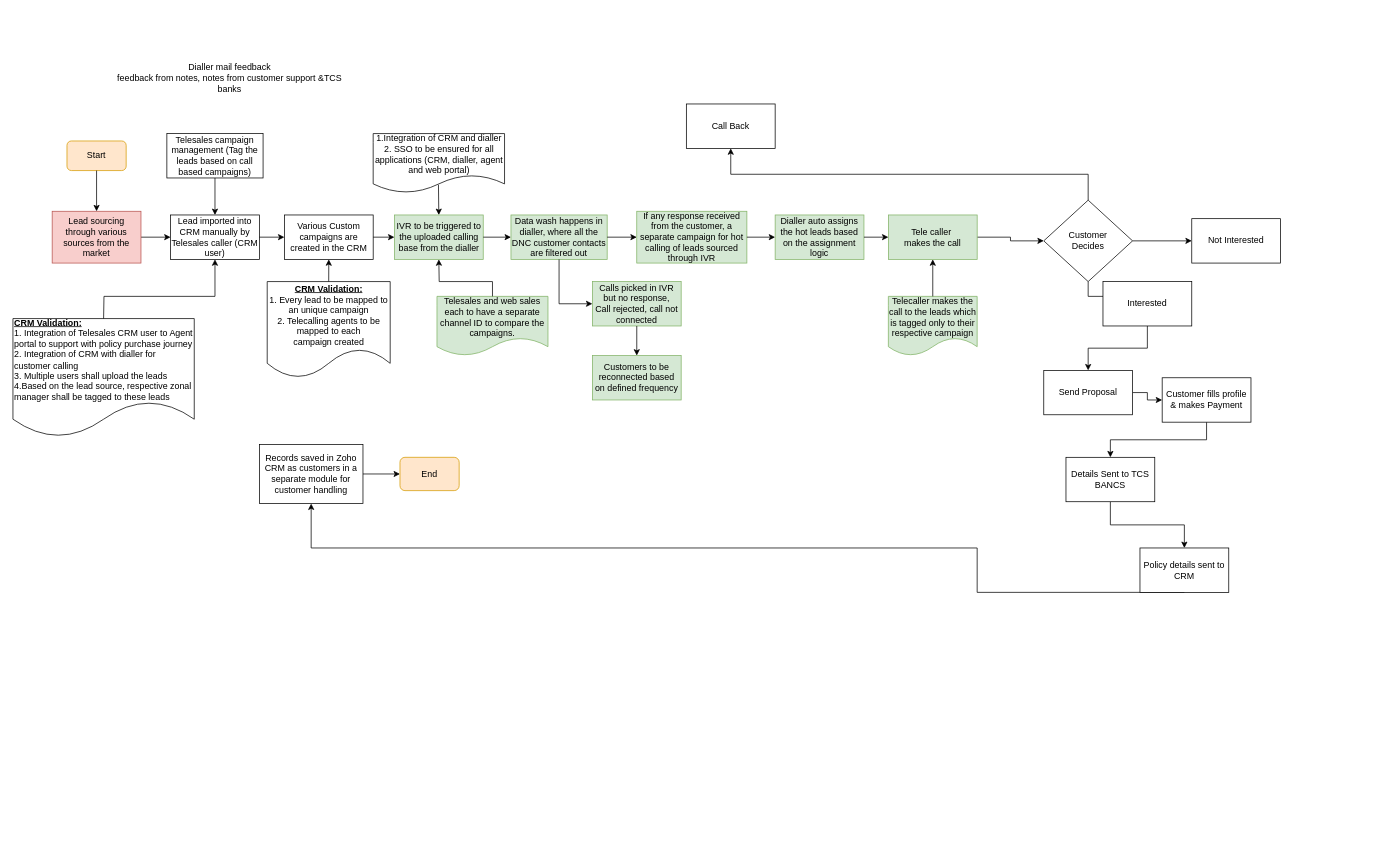
shaileshsreedar/Galaxy keeps this draw.io diagram as TeleSales.drawio. Above is the earlier version. Source tidied: cells renumbered, new cells numbered last; positions are measured from the earlier drawing's top-left corner, leaving out a move shared by most shapes. Both pictures are drawn from the tidied source at 74%, with x=0, y=0 at pixel (13, 67).
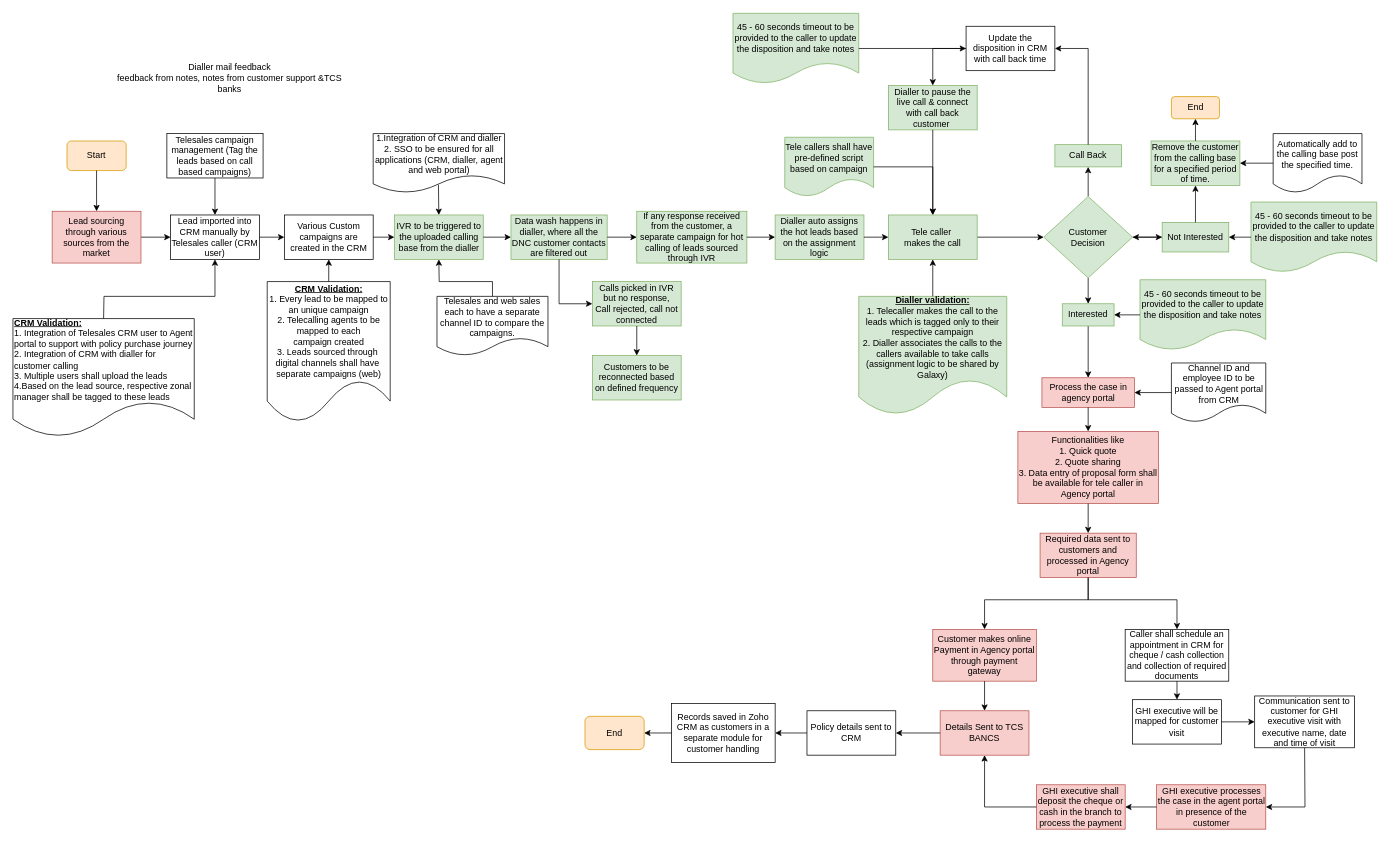
The same page after the edit.

Unchanged cells that the change refers to:
```xml
<mxCell id="7" value="Tele caller&amp;nbsp;&lt;div&gt;makes the call&lt;/div&gt;" style="rounded=0;whiteSpace=wrap;html=1;fillColor=#d5e8d4;strokeColor=#82b366;" parent="1" vertex="1">
  <mxGeometry x="1183" y="200" width="120" height="60" as="geometry" />
</mxCell>
```

Diff of the diagram source:
```diff
@@
-    <mxCell id="8" value="Call Back" style="whiteSpace=wrap;html=1;" parent="1" vertex="1">
-      <mxGeometry x="910" y="50" width="120" height="60" as="geometry" />
+    <mxCell id="8" value="Call Back" style="whiteSpace=wrap;html=1;fillColor=#d5e8d4;strokeColor=#82b366;" parent="1" vertex="1">
+      <mxGeometry x="1408" y="105" width="90" height="30" as="geometry" />
     </mxCell>
@@
-    <mxCell id="12" value="Customer&lt;div&gt;Decides&lt;/div&gt;" style="rhombus;whiteSpace=wrap;html=1;" parent="1" vertex="1">
-      <mxGeometry x="1393" y="180" width="120" height="110" as="geometry" />
+    <mxCell id="12" value="Customer&lt;div&gt;Decision&lt;/div&gt;" style="rhombus;whiteSpace=wrap;html=1;fillColor=#d5e8d4;strokeColor=#82b366;" parent="1" vertex="1">
+      <mxGeometry x="1393" y="175" width="120" height="110" as="geometry" />
     </mxCell>
+    <mxCell id="56" style="edgeStyle=orthogonalEdgeStyle;rounded=0;jettySize=auto;html=1;" parent="1" edge="1" source="13" target="12">
+      <mxGeometry relative="1" as="geometry" />
+    </mxCell>
-    <mxCell id="13" value="Not Interested" style="whiteSpace=wrap;html=1;" parent="1" vertex="1">
-      <mxGeometry x="1593" y="205" width="120" height="60" as="geometry" />
+    <mxCell id="13" value="Not Interested" style="whiteSpace=wrap;html=1;fillColor=#d5e8d4;strokeColor=#82b366;" parent="1" vertex="1">
+      <mxGeometry x="1553" y="210" width="90" height="40" as="geometry" />
     </mxCell>
@@
-    <mxCell id="15" value="Interested" style="whiteSpace=wrap;html=1;" parent="1" vertex="1">
-      <mxGeometry x="1473" y="290" width="120" height="60" as="geometry" />
+    <mxCell id="15" value="Interested" style="whiteSpace=wrap;html=1;fillColor=#d5e8d4;strokeColor=#82b366;" parent="1" vertex="1">
+      <mxGeometry x="1418" y="320" width="70" height="30" as="geometry" />
     </mxCell>
-    <mxCell id="16" style="edgeStyle=orthogonalEdgeStyle;rounded=0;jettySize=auto;html=1;exitX=1;exitY=0.5;exitDx=0;exitDy=0;entryX=0;entryY=0.5;entryDx=0;entryDy=0;" parent="1" edge="1" source="17" target="19">
-      <mxGeometry relative="1" as="geometry" />
-    </mxCell>
-    <mxCell id="17" value="Send Proposal" style="whiteSpace=wrap;html=1;" parent="1" vertex="1">
-      <mxGeometry x="1393" y="410" width="120" height="60" as="geometry" />
+    <mxCell id="17" value="Process the case in agency portal" style="whiteSpace=wrap;html=1;fillColor=#f8cecc;strokeColor=#b85450;" parent="1" vertex="1">
+      <mxGeometry x="1390.5" y="420" width="125" height="40" as="geometry" />
     </mxCell>
-    <mxCell id="18" style="edgeStyle=orthogonalEdgeStyle;rounded=0;jettySize=auto;html=1;exitX=0.5;exitY=1;exitDx=0;exitDy=0;entryX=0.5;entryY=0;entryDx=0;entryDy=0;" parent="1" edge="1" source="19" target="21">
-      <mxGeometry relative="1" as="geometry" />
-    </mxCell>
-    <mxCell id="19" value="Customer fills profile &amp;amp; makes Payment" style="whiteSpace=wrap;html=1;" parent="1" vertex="1">
-      <mxGeometry x="1553" y="420" width="120" height="60" as="geometry" />
+    <mxCell id="19" value="Customer makes online Payment in Agency portal through payment gateway" style="whiteSpace=wrap;html=1;fillColor=#f8cecc;strokeColor=#b85450;" parent="1" vertex="1">
+      <mxGeometry x="1243" y="760" width="140" height="70" as="geometry" />
     </mxCell>
-    <mxCell id="20" style="edgeStyle=orthogonalEdgeStyle;rounded=0;jettySize=auto;html=1;exitX=0.5;exitY=1;exitDx=0;exitDy=0;entryX=0.5;entryY=0;entryDx=0;entryDy=0;" parent="1" edge="1" source="21" target="23">
-      <mxGeometry relative="1" as="geometry" />
-    </mxCell>
-    <mxCell id="21" value="Details Sent to TCS BANCS" style="whiteSpace=wrap;html=1;" parent="1" vertex="1">
-      <mxGeometry x="1423" y="527.5" width="120" height="60" as="geometry" />
+    <mxCell id="21" value="Details Sent to TCS BANCS" style="whiteSpace=wrap;html=1;fillColor=#f8cecc;strokeColor=#b85450;" parent="1" vertex="1">
+      <mxGeometry x="1253" y="870" width="120" height="60" as="geometry" />
     </mxCell>
-    <mxCell id="22" style="edgeStyle=orthogonalEdgeStyle;rounded=0;jettySize=auto;html=1;exitX=0.5;exitY=1;exitDx=0;exitDy=0;entryX=0.5;entryY=1;entryDx=0;entryDy=0;" parent="1" edge="1" source="23" target="24">
-      <mxGeometry relative="1" as="geometry">
-        <Array as="points">
-          <mxPoint x="1303" y="650" />
-          <mxPoint x="403" y="650" />
-        </Array>
-      </mxGeometry>
-    </mxCell>
     <mxCell id="23" value="Policy details sent to CRM" style="whiteSpace=wrap;html=1;" parent="1" vertex="1">
-      <mxGeometry x="1523" y="650" width="120" height="60" as="geometry" />
+      <mxGeometry x="1073" y="870" width="120" height="60" as="geometry" />
     </mxCell>
     <mxCell id="24" value="Records saved in Zoho CRM as customers in a separate module for customer handling" style="whiteSpace=wrap;html=1;" parent="1" vertex="1">
-      <mxGeometry x="333" y="510" width="140" height="80" as="geometry" />
+      <mxGeometry x="890" y="860" width="140" height="80" as="geometry" />
     </mxCell>
-    <mxCell id="25" style="endArrow=classic;html=1;rounded=0;exitX=1;exitY=0.5;exitDx=0;exitDy=0;entryX=0;entryY=0.5;entryDx=0;entryDy=0;" parent="1" edge="1" source="24" target="26">
+    <mxCell id="25" style="endArrow=classic;html=1;rounded=0;exitX=0;exitY=0.5;exitDx=0;exitDy=0;entryX=1;entryY=0.5;entryDx=0;entryDy=0;" parent="1" edge="1" source="24" target="26">
       <mxGeometry relative="1" as="geometry" />
     </mxCell>
     <mxCell id="26" value="End" style="rounded=1;whiteSpace=wrap;html=1;fillColor=#ffe6cc;strokeColor=#d79b00;" parent="1" vertex="1">
-      <mxGeometry x="523" y="527.5" width="80" height="45" as="geometry" />
+      <mxGeometry x="773" y="877.5" width="80" height="45" as="geometry" />
     </mxCell>
@@
-    <mxCell id="46" value="Telesales and web sales each to have a separate channel ID to compare the campaigns." style="shape=document;whiteSpace=wrap;html=1;boundedLbl=1;fillColor=#d5e8d4;strokeColor=#82b366;" parent="1" vertex="1">
+    <mxCell id="46" value="Telesales and web sales each to have a separate channel ID to compare the campaigns." style="shape=document;whiteSpace=wrap;html=1;boundedLbl=1;" parent="1" vertex="1">
       <mxGeometry x="573" y="310" width="150" height="80" as="geometry" />
     </mxCell>
@@
-    <mxCell id="52" value="&lt;b&gt;&lt;u&gt;CRM Validation:&lt;/u&gt;&lt;/b&gt;&lt;div&gt;1. Every lead to be mapped to an unique campaign&lt;/div&gt;&lt;div&gt;2. T&lt;span style=&quot;white-space: pre;&quot;&gt;elecalling agents to be&lt;/span&gt;&lt;/div&gt;&lt;div&gt;&lt;span style=&quot;white-space: pre;&quot;&gt; mapped to each&amp;nbsp;&lt;/span&gt;&lt;/div&gt;&lt;div&gt;&lt;span style=&quot;white-space: pre;&quot;&gt;campaign created&lt;/span&gt;&lt;/div&gt;" style="shape=document;whiteSpace=wrap;html=1;boundedLbl=1;" parent="1" vertex="1">
-      <mxGeometry x="343.6" y="290" width="166.2" height="130" as="geometry" />
+    <mxCell id="52" value="&lt;b&gt;&lt;u&gt;CRM Validation:&lt;/u&gt;&lt;/b&gt;&lt;div&gt;1. Every lead to be mapped to an unique campaign&lt;/div&gt;&lt;div&gt;2. T&lt;span style=&quot;white-space: pre;&quot;&gt;elecalling agents to be&lt;/span&gt;&lt;/div&gt;&lt;div&gt;&lt;span style=&quot;white-space: pre;&quot;&gt; mapped to each&amp;nbsp;&lt;/span&gt;&lt;/div&gt;&lt;div&gt;&lt;span style=&quot;white-space: pre;&quot;&gt;campaign created&lt;/span&gt;&lt;/div&gt;&lt;div&gt;&lt;span style=&quot;white-space: pre;&quot;&gt;3. Leads sourced through&amp;nbsp;&lt;/span&gt;&lt;/div&gt;&lt;div&gt;&lt;span style=&quot;white-space: pre;&quot;&gt;digital channels shall have&amp;nbsp;&lt;/span&gt;&lt;/div&gt;&lt;div&gt;&lt;span style=&quot;white-space: pre;&quot;&gt;separate campaigns (web)&lt;/span&gt;&lt;/div&gt;" style="shape=document;whiteSpace=wrap;html=1;boundedLbl=1;" parent="1" vertex="1">
+      <mxGeometry x="343.6" y="290" width="166.2" height="190" as="geometry" />
     </mxCell>
@@
-    <mxCell id="54" value="Telecaller makes the call to the leads which is tagged only to their respective campaign" style="shape=document;whiteSpace=wrap;html=1;boundedLbl=1;fillColor=#d5e8d4;strokeColor=#82b366;" parent="1" vertex="1">
-      <mxGeometry x="1183" y="310" width="120" height="80" as="geometry" />
+    <mxCell id="54" value="&lt;u&gt;&lt;b&gt;Dialler validation:&lt;/b&gt;&lt;/u&gt;&lt;div&gt;1. Telecaller makes the call to the leads which is tagged only to their respective campaign&lt;/div&gt;&lt;div&gt;2. Dialler associates the calls to the callers available to take calls (assignment logic to be shared by Galaxy)&lt;/div&gt;" style="shape=document;whiteSpace=wrap;html=1;boundedLbl=1;fillColor=#d5e8d4;strokeColor=#82b366;" parent="1" vertex="1">
+      <mxGeometry x="1143" y="310" width="200" height="160" as="geometry" />
     </mxCell>
@@
+    <mxCell id="57" value="Update the disposition in CRM with call back time" style="rounded=0;whiteSpace=wrap;html=1;" parent="1" vertex="1">
+      <mxGeometry x="1288" y="-55" width="120" height="60" as="geometry" />
+    </mxCell>
+    <mxCell id="58" value="Dialler to pause the live call &amp;amp; connect with call back customer&amp;nbsp;" style="rounded=0;whiteSpace=wrap;html=1;fillColor=#d5e8d4;strokeColor=#82b366;" parent="1" vertex="1">
+      <mxGeometry x="1183" y="25" width="120" height="60" as="geometry" />
+    </mxCell>
+    <mxCell id="59" style="endArrow=classic;html=1;rounded=0;exitX=0.5;exitY=1;exitDx=0;exitDy=0;entryX=0.5;entryY=0;entryDx=0;entryDy=0;" parent="1" edge="1" source="58" target="7">
+      <mxGeometry relative="1" as="geometry" />
+    </mxCell>
+    <mxCell id="60" style="endArrow=classic;html=1;rounded=0;exitX=0.5;exitY=0;exitDx=0;exitDy=0;entryX=1;entryY=0.5;entryDx=0;entryDy=0;" parent="1" edge="1" source="8" target="57">
+      <mxGeometry relative="1" as="geometry">
+        <Array as="points">
+          <mxPoint x="1453" y="-25" />
+        </Array>
+      </mxGeometry>
+    </mxCell>
+    <mxCell id="61" style="endArrow=classic;html=1;rounded=0;exitX=0;exitY=0.5;exitDx=0;exitDy=0;entryX=0.5;entryY=0;entryDx=0;entryDy=0;" parent="1" edge="1" source="57" target="58">
+      <mxGeometry relative="1" as="geometry">
+        <Array as="points">
+          <mxPoint x="1243" y="-25" />
+        </Array>
+      </mxGeometry>
+    </mxCell>
+    <mxCell id="62" value="Remove the customer from the calling base for a specified period of time." style="rounded=0;whiteSpace=wrap;html=1;fillColor=#d5e8d4;strokeColor=#82b366;" parent="1" vertex="1">
+      <mxGeometry x="1538" y="100" width="120" height="60" as="geometry" />
+    </mxCell>
+    <mxCell id="63" value="End" style="rounded=1;whiteSpace=wrap;html=1;fillColor=#ffe6cc;strokeColor=#d79b00;" parent="1" vertex="1">
+      <mxGeometry x="1565.5" y="40" width="65" height="30" as="geometry" />
+    </mxCell>
+    <mxCell id="64" value="Automatically add to the calling base post the specified time." style="shape=document;whiteSpace=wrap;html=1;boundedLbl=1;" parent="1" vertex="1">
+      <mxGeometry x="1703" y="90" width="120" height="80" as="geometry" />
+    </mxCell>
+    <mxCell id="65" style="endArrow=classic;html=1;rounded=0;exitX=0;exitY=0.5;exitDx=0;exitDy=0;entryX=1;entryY=0.5;entryDx=0;entryDy=0;" parent="1" edge="1" source="64" target="62">
+      <mxGeometry relative="1" as="geometry" />
+    </mxCell>
+    <mxCell id="66" style="endArrow=classic;html=1;rounded=0;exitX=0.5;exitY=0;exitDx=0;exitDy=0;entryX=0.5;entryY=1;entryDx=0;entryDy=0;" parent="1" edge="1" source="13" target="62">
+      <mxGeometry relative="1" as="geometry" />
+    </mxCell>
+    <mxCell id="67" style="endArrow=classic;html=1;rounded=0;exitX=0.5;exitY=0;exitDx=0;exitDy=0;entryX=0.5;entryY=1;entryDx=0;entryDy=0;" parent="1" edge="1" source="62" target="63">
+      <mxGeometry relative="1" as="geometry" />
+    </mxCell>
+    <mxCell id="68" value="45 - 60 seconds timeout to be provided to the caller to update the disposition and take notes" style="shape=document;whiteSpace=wrap;html=1;boundedLbl=1;fillColor=#d5e8d4;strokeColor=#82b366;" parent="1" vertex="1">
+      <mxGeometry x="1673" y="182.5" width="170" height="95" as="geometry" />
+    </mxCell>
+    <mxCell id="69" style="endArrow=classic;html=1;rounded=0;exitX=0;exitY=0.5;exitDx=0;exitDy=0;entryX=1;entryY=0.5;entryDx=0;entryDy=0;" parent="1" edge="1" source="68" target="13">
+      <mxGeometry relative="1" as="geometry" />
+    </mxCell>
+    <mxCell id="70" value="45 - 60 seconds timeout to be provided to the caller to update the disposition and take notes" style="shape=document;whiteSpace=wrap;html=1;boundedLbl=1;fillColor=#d5e8d4;strokeColor=#82b366;" parent="1" vertex="1">
+      <mxGeometry x="973" y="-72.5" width="170" height="95" as="geometry" />
+    </mxCell>
+    <mxCell id="71" style="endArrow=classic;html=1;rounded=0;exitX=1;exitY=0.5;exitDx=0;exitDy=0;entryX=0;entryY=0.5;entryDx=0;entryDy=0;" parent="1" edge="1" source="70" target="57">
+      <mxGeometry relative="1" as="geometry" />
+    </mxCell>
+    <mxCell id="72" value="45 - 60 seconds timeout to be provided to the caller to update the disposition and take notes" style="shape=document;whiteSpace=wrap;html=1;boundedLbl=1;fillColor=#d5e8d4;strokeColor=#82b366;" parent="1" vertex="1">
+      <mxGeometry x="1523" y="287.5" width="170" height="95" as="geometry" />
+    </mxCell>
+    <mxCell id="73" style="endArrow=classic;html=1;rounded=0;exitX=0;exitY=0.5;exitDx=0;exitDy=0;entryX=1;entryY=0.5;entryDx=0;entryDy=0;" parent="1" edge="1" source="72" target="15">
+      <mxGeometry relative="1" as="geometry" />
+    </mxCell>
+    <mxCell id="74" value="Channel ID and employee ID to be passed to Agent portal from CRM" style="shape=document;whiteSpace=wrap;html=1;boundedLbl=1;" parent="1" vertex="1">
+      <mxGeometry x="1565.5" y="400" width="127.5" height="80" as="geometry" />
+    </mxCell>
+    <mxCell id="75" style="endArrow=classic;html=1;rounded=0;exitX=0;exitY=0.5;exitDx=0;exitDy=0;entryX=1;entryY=0.5;entryDx=0;entryDy=0;" parent="1" edge="1" source="74" target="17">
+      <mxGeometry relative="1" as="geometry" />
+    </mxCell>
+    <mxCell id="76" value="Functionalities like&lt;div&gt;1. Quick quote&lt;/div&gt;&lt;div&gt;2. Quote sharing&lt;/div&gt;&lt;div&gt;3. Data entry of proposal form shall be available for tele caller in Agency portal&lt;/div&gt;" style="rounded=0;whiteSpace=wrap;html=1;fillColor=#f8cecc;strokeColor=#b85450;" parent="1" vertex="1">
+      <mxGeometry x="1358" y="492.5" width="190" height="97.5" as="geometry" />
+    </mxCell>
+    <mxCell id="77" style="endArrow=classic;html=1;rounded=0;exitX=0.5;exitY=1;exitDx=0;exitDy=0;entryX=0.5;entryY=0;entryDx=0;entryDy=0;" parent="1" edge="1" source="17" target="76">
+      <mxGeometry relative="1" as="geometry" />
+    </mxCell>
+    <mxCell id="78" value="Required data sent to customers and processed in Agency portal" style="rounded=0;whiteSpace=wrap;html=1;fillColor=#f8cecc;strokeColor=#b85450;" parent="1" vertex="1">
+      <mxGeometry x="1388" y="630" width="130" height="60" as="geometry" />
+    </mxCell>
+    <mxCell id="79" style="endArrow=classic;html=1;rounded=0;exitX=0.5;exitY=1;exitDx=0;exitDy=0;entryX=0.5;entryY=0;entryDx=0;entryDy=0;" parent="1" edge="1" source="76" target="78">
+      <mxGeometry relative="1" as="geometry" />
+    </mxCell>
+    <mxCell id="80" style="endArrow=classic;html=1;rounded=0;exitX=0.5;exitY=1;exitDx=0;exitDy=0;entryX=0.5;entryY=0;entryDx=0;entryDy=0;" parent="1" edge="1" source="78" target="19">
+      <mxGeometry relative="1" as="geometry">
+        <Array as="points">
+          <mxPoint x="1453" y="720" />
+          <mxPoint x="1313" y="720" />
+        </Array>
+      </mxGeometry>
+    </mxCell>
+    <mxCell id="81" value="Caller shall schedule an appointment in CRM for cheque / cash collection and collection of required documents" style="whiteSpace=wrap;html=1;" parent="1" vertex="1">
+      <mxGeometry x="1503" y="760" width="140" height="70" as="geometry" />
+    </mxCell>
+    <mxCell id="82" value="GHI executive will be mapped for customer visit" style="rounded=0;whiteSpace=wrap;html=1;" parent="1" vertex="1">
+      <mxGeometry x="1513" y="855" width="120" height="60" as="geometry" />
+    </mxCell>
+    <mxCell id="83" value="Communication sent to customer for GHI executive visit with executive name, date and time of visit" style="rounded=0;whiteSpace=wrap;html=1;" parent="1" vertex="1">
+      <mxGeometry x="1678" y="850" width="135" height="70" as="geometry" />
+    </mxCell>
+    <mxCell id="84" style="endArrow=classic;html=1;rounded=0;exitX=0.5;exitY=1;exitDx=0;exitDy=0;entryX=0.5;entryY=0;entryDx=0;entryDy=0;" parent="1" edge="1" source="78" target="81">
+      <mxGeometry relative="1" as="geometry">
+        <Array as="points">
+          <mxPoint x="1453" y="720" />
+          <mxPoint x="1573" y="720" />
+        </Array>
+      </mxGeometry>
+    </mxCell>
+    <mxCell id="85" style="endArrow=classic;html=1;rounded=0;exitX=0.5;exitY=1;exitDx=0;exitDy=0;entryX=0.5;entryY=0;entryDx=0;entryDy=0;" parent="1" edge="1" source="81" target="82">
+      <mxGeometry relative="1" as="geometry" />
+    </mxCell>
+    <mxCell id="86" style="endArrow=classic;html=1;rounded=0;exitX=1;exitY=0.5;exitDx=0;exitDy=0;" parent="1" edge="1" source="82" target="83">
+      <mxGeometry relative="1" as="geometry" />
+    </mxCell>
+    <mxCell id="87" value="GHI executive processes the case in the agent portal in presence of the customer" style="rounded=0;whiteSpace=wrap;html=1;fillColor=#f8cecc;strokeColor=#b85450;" parent="1" vertex="1">
+      <mxGeometry x="1545.5" y="970" width="147.5" height="60" as="geometry" />
+    </mxCell>
+    <mxCell id="88" value="GHI executive shall deposit the cheque or cash in the branch to process the payment" style="rounded=0;whiteSpace=wrap;html=1;fillColor=#f8cecc;strokeColor=#b85450;" parent="1" vertex="1">
+      <mxGeometry x="1383" y="970" width="120" height="60" as="geometry" />
+    </mxCell>
+    <mxCell id="89" style="endArrow=classic;html=1;rounded=0;exitX=0.5;exitY=1;exitDx=0;exitDy=0;entryX=1;entryY=0.5;entryDx=0;entryDy=0;" parent="1" edge="1" source="83" target="87">
+      <mxGeometry relative="1" as="geometry">
+        <Array as="points">
+          <mxPoint x="1746" y="1000" />
+        </Array>
+      </mxGeometry>
+    </mxCell>
+    <mxCell id="90" style="endArrow=classic;html=1;rounded=0;exitX=0;exitY=0.5;exitDx=0;exitDy=0;entryX=1;entryY=0.5;entryDx=0;entryDy=0;" parent="1" edge="1" source="87" target="88">
+      <mxGeometry relative="1" as="geometry" />
+    </mxCell>
+    <mxCell id="18" style="endArrow=classic;html=1;rounded=0;exitX=0.5;exitY=1;exitDx=0;exitDy=0;entryX=0.5;entryY=0;entryDx=0;entryDy=0;" parent="1" edge="1" source="19" target="21">
+      <mxGeometry relative="1" as="geometry" />
+    </mxCell>
+    <mxCell id="91" style="endArrow=classic;html=1;rounded=0;exitX=0;exitY=0.5;exitDx=0;exitDy=0;entryX=0.5;entryY=1;entryDx=0;entryDy=0;" parent="1" edge="1" source="88" target="21">
+      <mxGeometry relative="1" as="geometry">
+        <Array as="points">
+          <mxPoint x="1313" y="1000" />
+        </Array>
+      </mxGeometry>
+    </mxCell>
+    <mxCell id="20" style="endArrow=classic;html=1;rounded=0;exitX=0;exitY=0.5;exitDx=0;exitDy=0;entryX=1;entryY=0.5;entryDx=0;entryDy=0;" parent="1" edge="1" source="21" target="23">
+      <mxGeometry relative="1" as="geometry" />
+    </mxCell>
+    <mxCell id="22" style="endArrow=classic;html=1;rounded=0;exitX=0;exitY=0.5;exitDx=0;exitDy=0;entryX=1;entryY=0.5;entryDx=0;entryDy=0;" parent="1" edge="1" source="23" target="24">
+      <mxGeometry relative="1" as="geometry" />
+    </mxCell>
+    <mxCell id="92" value="Tele callers shall have pre-defined script based on campaign" style="shape=document;whiteSpace=wrap;html=1;boundedLbl=1;fillColor=#d5e8d4;strokeColor=#82b366;" parent="1" vertex="1">
+      <mxGeometry x="1043" y="95" width="120" height="80" as="geometry" />
+    </mxCell>
+    <mxCell id="93" style="endArrow=classic;html=1;rounded=0;entryX=0.5;entryY=0;entryDx=0;entryDy=0;exitX=1;exitY=0.5;exitDx=0;exitDy=0;" parent="1" edge="1" source="92" target="7">
+      <mxGeometry relative="1" as="geometry">
+        <Array as="points">
+          <mxPoint x="1243" y="135" />
+        </Array>
+      </mxGeometry>
+    </mxCell>
```
